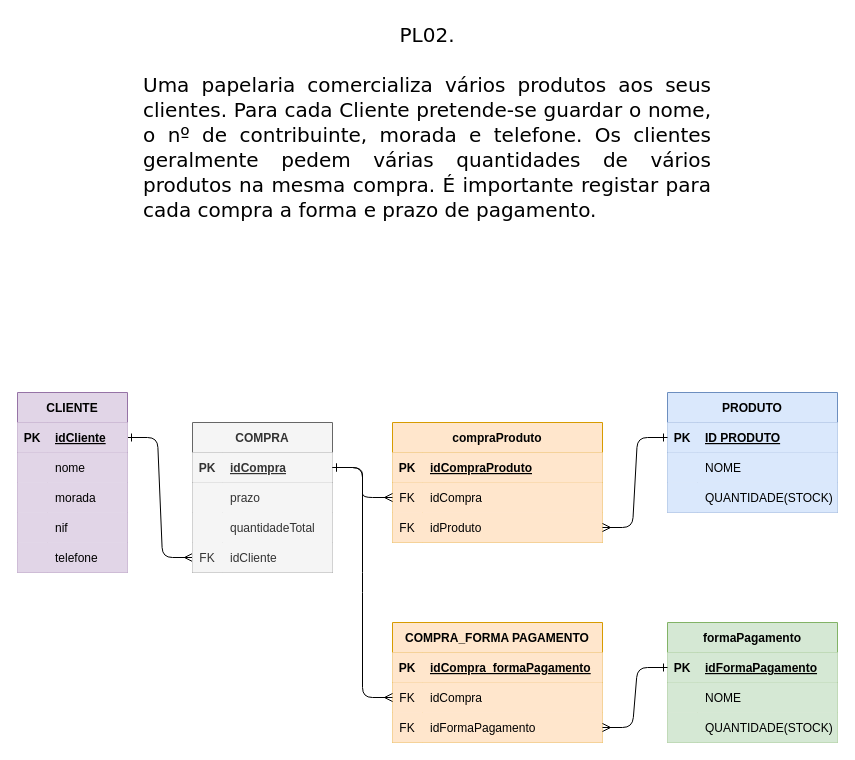
The draw.io diagram modelodados-pl02.drawio in NeanderFontes/ItCenter-DB, before the edit. Source tidied: cells renumbered, new cells numbered last; positions are measured from the earlier drawing's top-left corner, leaving out a move shared by most shapes. Both pictures are drawn from the tidied source at 100%, with x=0, y=0 at pixel (17, 17).
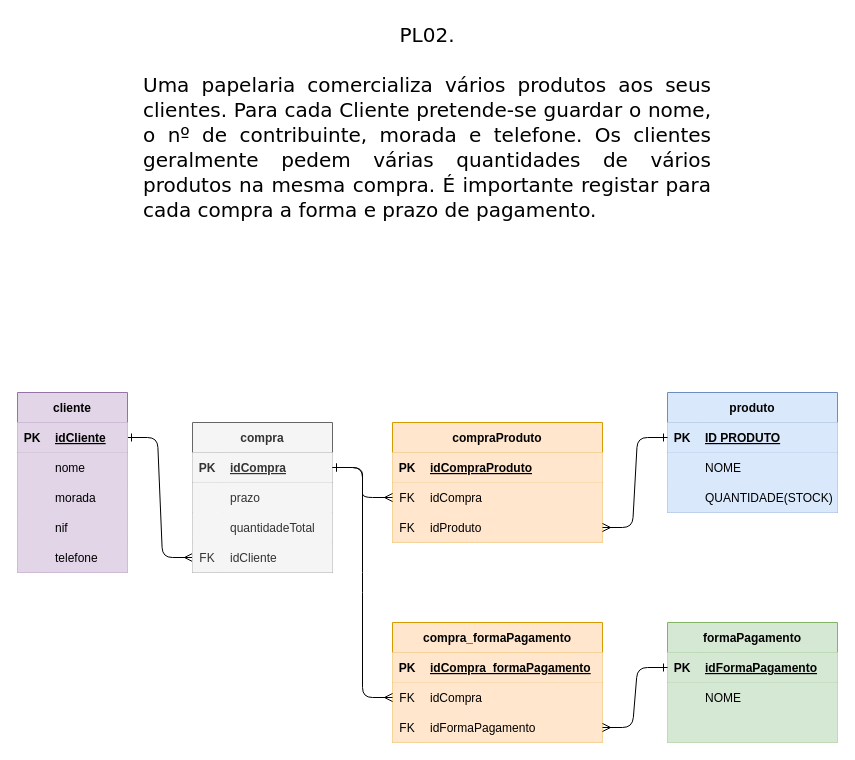
The same diagram, later.

Unchanged cells that the change refers to:
```xml
<mxCell id="61" style="shape=partialRectangle;fillColor=#d5e8d4;top=0;left=0;right=0;bottom=0;strokeColor=#82b366;" parent="54" vertex="1">
  <mxGeometry y="90" width="170" height="30" as="geometry" />
</mxCell>
```

The edit, as a diff of the source:
```diff
@@
-    <mxCell id="3" value="CLIENTE" style="shape=table;startSize=30;childLayout=tableLayout;rowLines=0;fontStyle=1;align=center;fillColor=#e1d5e7;strokeColor=#9673a6;" parent="1" vertex="1">
+    <mxCell id="3" value="cliente" style="shape=table;startSize=30;childLayout=tableLayout;rowLines=0;fontStyle=1;align=center;fillColor=#e1d5e7;strokeColor=#9673a6;" parent="1" vertex="1">
       <mxGeometry y="375" width="110" height="180" as="geometry" />
     </mxCell>
@@
-    <mxCell id="19" value="COMPRA" style="shape=table;startSize=30;childLayout=tableLayout;rowLines=0;fontStyle=1;align=center;fillColor=#f5f5f5;fontColor=#333333;strokeColor=#666666;" parent="1" vertex="1">
+    <mxCell id="19" value="compra" style="shape=table;startSize=30;childLayout=tableLayout;rowLines=0;fontStyle=1;align=center;fillColor=#f5f5f5;fontColor=#333333;strokeColor=#666666;" parent="1" vertex="1">
       <mxGeometry x="175" y="405" width="140" height="150" as="geometry" />
     </mxCell>
@@
-    <mxCell id="32" value="PRODUTO" style="shape=table;startSize=30;childLayout=tableLayout;rowLines=0;fontStyle=1;align=center;fillColor=#dae8fc;strokeColor=#6c8ebf;" parent="1" vertex="1">
+    <mxCell id="32" value="produto" style="shape=table;startSize=30;childLayout=tableLayout;rowLines=0;fontStyle=1;align=center;fillColor=#dae8fc;strokeColor=#6c8ebf;" parent="1" vertex="1">
       <mxGeometry x="650" y="375" width="170" height="120" as="geometry" />
     </mxCell>
@@
-    <mxCell id="43" value="COMPRA_FORMA PAGAMENTO" style="shape=table;startSize=30;childLayout=tableLayout;rowLines=0;fontStyle=1;align=center;fillColor=#ffe6cc;strokeColor=#d79b00;" parent="1" vertex="1">
+    <mxCell id="43" value="compra_formaPagamento" style="shape=table;startSize=30;childLayout=tableLayout;rowLines=0;fontStyle=1;align=center;fillColor=#ffe6cc;strokeColor=#d79b00;" parent="1" vertex="1">
       <mxGeometry x="375" y="605" width="210" height="120" as="geometry" />
     </mxCell>
@@
-    <mxCell id="63" value="QUANTIDADE(STOCK)" style="shape=partialRectangle;overflow=hidden;fillColor=#d5e8d4;top=0;left=0;bottom=0;right=0;align=left;spacingLeft=6;strokeColor=#82b366;" parent="61" vertex="1">
+    <mxCell id="63" style="shape=partialRectangle;overflow=hidden;fillColor=#d5e8d4;top=0;left=0;bottom=0;right=0;align=left;spacingLeft=6;strokeColor=#82b366;" parent="61" vertex="1">
       <mxGeometry x="30" width="140" height="30" as="geometry" />
     </mxCell>
```
